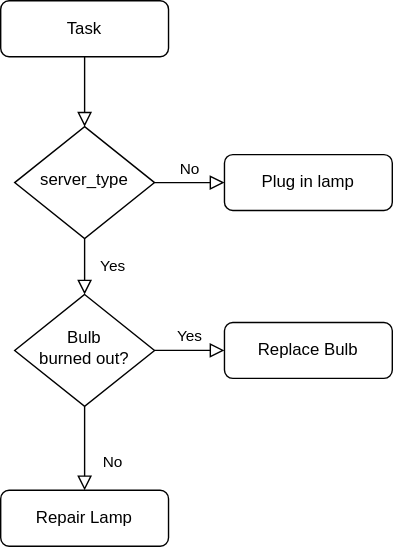
Above: 2020/03/06/hello-world/Untitled Diagram.svg in ChihW/ChihW.github.io (draw.io), before the change. Source tidied: cells renumbered, new cells last; positions are measured from the earlier drawing's top-left corner, leaving out a move shared by most shapes.
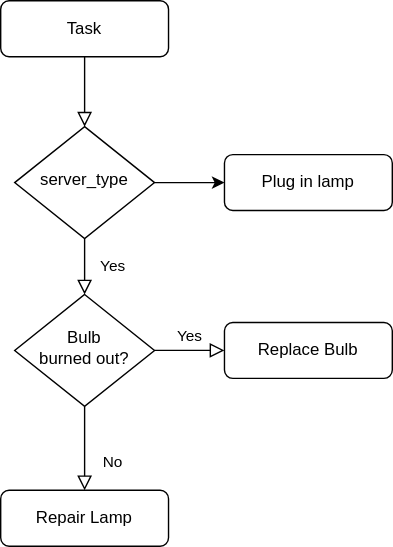
The same diagram one commit later.

The edit, as a diff of the source:
```diff
@@ -11,8 +11,8 @@
     <mxCell id="4" value="Yes" style="rounded=0;html=1;jettySize=auto;fontSize=11;endArrow=block;endFill=0;endSize=8;strokeWidth=1;shadow=0;labelBackgroundColor=none;edgeStyle=orthogonalEdgeStyle;" parent="1" edge="1" source="6" target="10">
       <mxGeometry y="20" relative="1" as="geometry" />
     </mxCell>
-    <mxCell id="5" value="No" style="edgeStyle=orthogonalEdgeStyle;rounded=0;html=1;jettySize=auto;fontSize=11;endArrow=block;endFill=0;endSize=8;strokeWidth=1;shadow=0;labelBackgroundColor=none;" parent="1" edge="1" source="6" target="7">
-      <mxGeometry y="10" relative="1" as="geometry" />
+    <mxCell id="5" style="edgeStyle=orthogonalEdgeStyle;rounded=0;jettySize=auto;html=1;exitX=1;exitY=0.5;exitDx=0;exitDy=0;entryX=0;entryY=0.5;entryDx=0;entryDy=0;" parent="1" edge="1" source="6" target="7">
+      <mxGeometry relative="1" as="geometry" />
     </mxCell>
     <mxCell id="6" value="server_type" style="rhombus;whiteSpace=wrap;html=1;shadow=0;fontFamily=Helvetica;fontSize=12;align=center;strokeWidth=1;spacing=6;spacingTop=-4;" parent="1" vertex="1">
       <mxGeometry x="10" y="90" width="100" height="80" as="geometry" />
```
